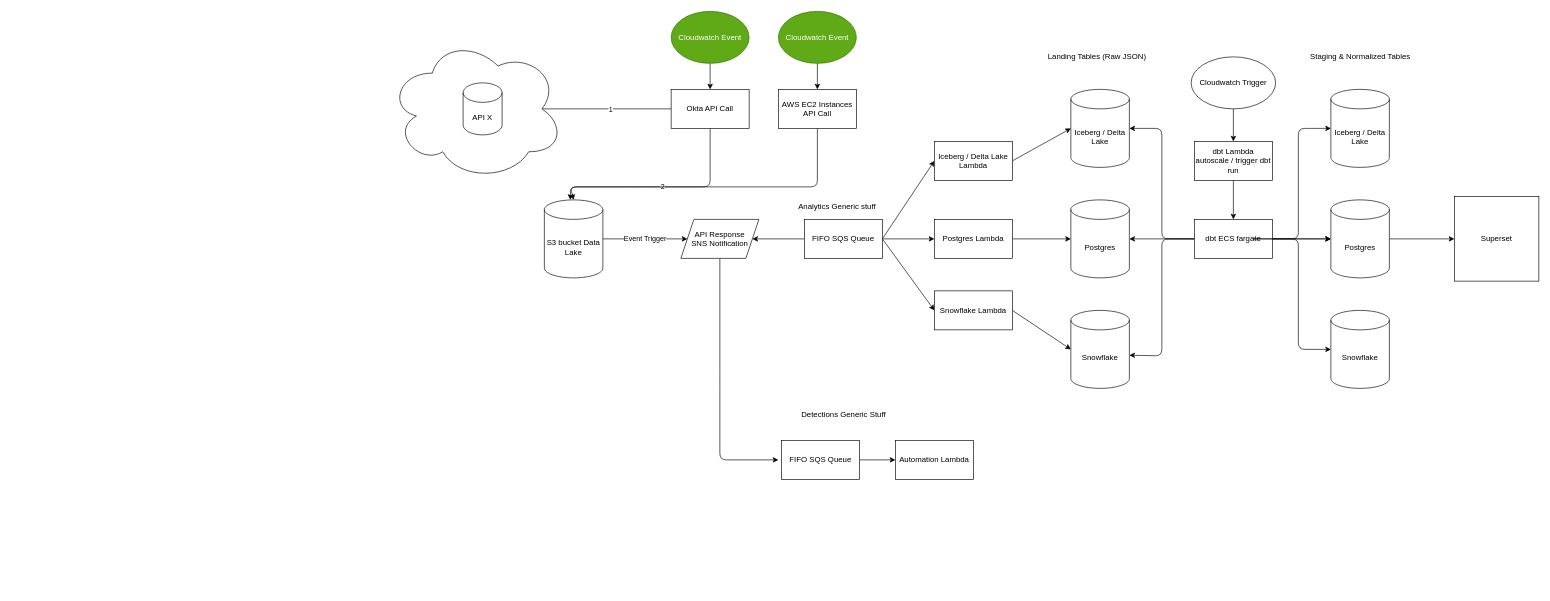
kai-ten/Circulate-archive keeps this draw.io diagram as integrations/unions/process.drawio. Above is the earlier version. Source tidied: cells renumbered, new cells numbered last; positions are measured from the earlier drawing's top-left corner, leaving out a move shared by most shapes. Both pictures are drawn from the tidied source at 65%, with x=0, y=0 at pixel (388, 11).
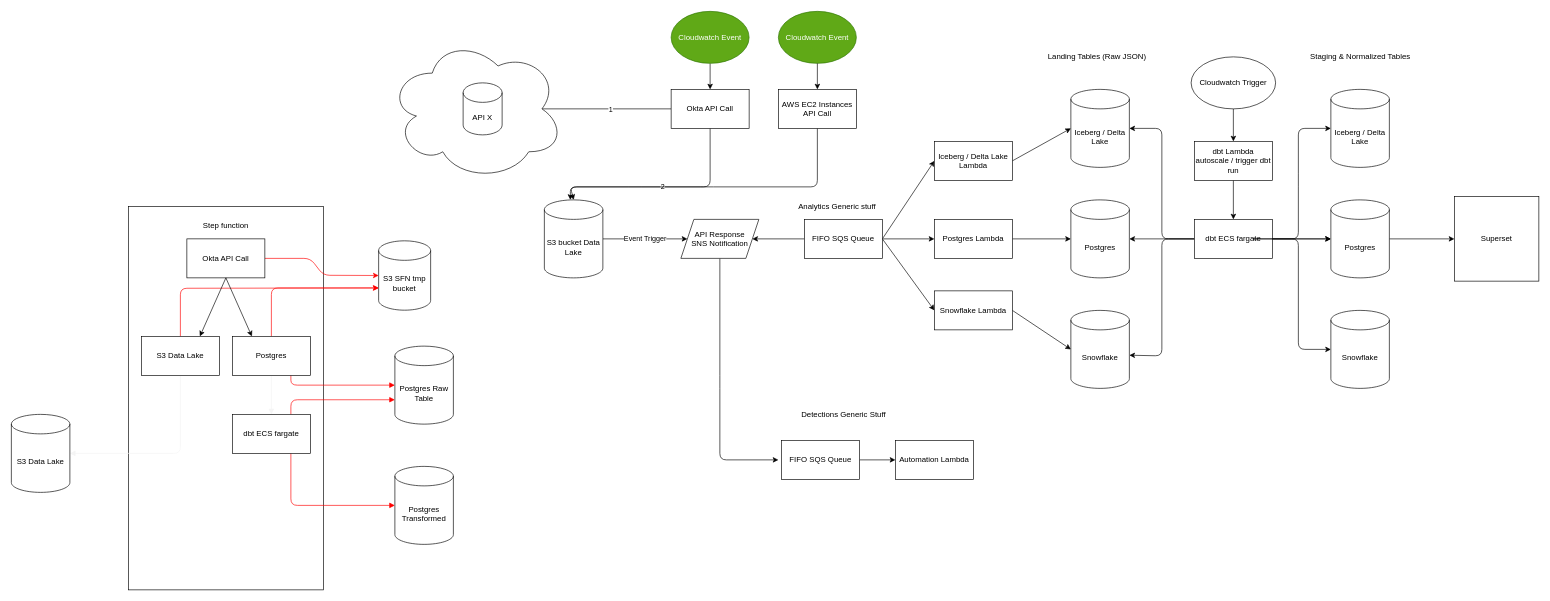
After the change.

The edit, as a diff of the source:
```diff
@@
+    <mxCell id="58" style="rounded=0;whiteSpace=wrap;html=1;" parent="1" vertex="1">
+      <mxGeometry x="-400" y="300" width="300" height="590" as="geometry" />
+    </mxCell>
@@
+    <mxCell id="59" style="edgeStyle=none;html=1;exitX=1;exitY=0.5;exitDx=0;exitDy=0;entryX=0;entryY=0.5;entryDx=0;entryDy=0;entryPerimeter=0;strokeColor=#FF0000;" parent="1" edge="1" source="60" target="62">
+      <mxGeometry relative="1" as="geometry">
+        <Array as="points">
+          <mxPoint x="-120" y="380" />
+          <mxPoint x="-100" y="406" />
+        </Array>
+      </mxGeometry>
+    </mxCell>
+    <mxCell id="60" value="Okta API Call" style="rounded=0;whiteSpace=wrap;html=1;" parent="1" vertex="1">
+      <mxGeometry x="-310" y="350" width="120" height="60" as="geometry" />
+    </mxCell>
+    <mxCell id="61" value="Step function" style="text;html=1;strokeColor=none;fillColor=none;align=center;verticalAlign=middle;whiteSpace=wrap;rounded=0;" parent="1" vertex="1">
+      <mxGeometry x="-300" y="315" width="100" height="30" as="geometry" />
+    </mxCell>
+    <mxCell id="62" value="S3 SFN tmp bucket" style="shape=cylinder3;whiteSpace=wrap;html=1;boundedLbl=1;backgroundOutline=1;size=15;" parent="1" vertex="1">
+      <mxGeometry x="-15" y="353" width="80" height="106.7" as="geometry" />
+    </mxCell>
+    <mxCell id="63" style="edgeStyle=none;html=1;exitX=0.5;exitY=0;exitDx=0;exitDy=0;entryX=0;entryY=0;entryDx=0;entryDy=72.5025;entryPerimeter=0;fillColor=#FF0000;strokeColor=#FF0000;" parent="1" edge="1" source="65" target="62">
+      <mxGeometry relative="1" as="geometry">
+        <Array as="points">
+          <mxPoint x="-320" y="426" />
+        </Array>
+      </mxGeometry>
+    </mxCell>
+    <mxCell id="64" style="edgeStyle=orthogonalEdgeStyle;shape=connector;rounded=1;html=1;exitX=0.5;exitY=1;exitDx=0;exitDy=0;entryX=1;entryY=0.5;entryDx=0;entryDy=0;entryPerimeter=0;labelBackgroundColor=default;strokeColor=#F5F5F5;fontFamily=Helvetica;fontSize=1;fontColor=default;endArrow=block;startSize=6;endSize=6;sourcePerimeterSpacing=0;targetPerimeterSpacing=0;fillColor=#FF0000;" parent="1" edge="1" source="65" target="71">
+      <mxGeometry relative="1" as="geometry" />
+    </mxCell>
+    <mxCell id="65" value="S3 Data Lake" style="rounded=0;whiteSpace=wrap;html=1;" parent="1" vertex="1">
+      <mxGeometry x="-380" y="500" width="120" height="60" as="geometry" />
+    </mxCell>
+    <mxCell id="66" style="edgeStyle=orthogonalEdgeStyle;html=1;exitX=0.5;exitY=0;exitDx=0;exitDy=0;entryX=0;entryY=0;entryDx=0;entryDy=72.5025;entryPerimeter=0;strokeColor=#FF0000;" parent="1" edge="1" source="69" target="62">
+      <mxGeometry relative="1" as="geometry" />
+    </mxCell>
+    <mxCell id="67" style="edgeStyle=orthogonalEdgeStyle;html=1;exitX=0.75;exitY=1;exitDx=0;exitDy=0;entryX=0;entryY=0.5;entryDx=0;entryDy=0;entryPerimeter=0;strokeColor=#FF0000;fontSize=1;endArrow=block;startSize=6;endSize=6;sourcePerimeterSpacing=0;targetPerimeterSpacing=0;fillColor=#FF0000;" parent="1" edge="1" source="69" target="70">
+      <mxGeometry relative="1" as="geometry" />
+    </mxCell>
+    <mxCell id="68" style="edgeStyle=orthogonalEdgeStyle;shape=connector;rounded=1;html=1;exitX=0.5;exitY=1;exitDx=0;exitDy=0;entryX=0.5;entryY=0;entryDx=0;entryDy=0;labelBackgroundColor=default;strokeColor=#F5F5F5;fontFamily=Helvetica;fontSize=1;fontColor=default;endArrow=block;startSize=6;endSize=6;sourcePerimeterSpacing=0;targetPerimeterSpacing=0;fillColor=#FF0000;" parent="1" edge="1" source="69" target="76">
+      <mxGeometry relative="1" as="geometry" />
+    </mxCell>
+    <mxCell id="69" value="Postgres" style="rounded=0;whiteSpace=wrap;html=1;" parent="1" vertex="1">
+      <mxGeometry x="-240" y="500" width="120" height="60" as="geometry" />
+    </mxCell>
+    <mxCell id="70" value="Postgres Raw Table" style="shape=cylinder3;whiteSpace=wrap;html=1;boundedLbl=1;backgroundOutline=1;size=15;" parent="1" vertex="1">
+      <mxGeometry x="10" y="515" width="90" height="120" as="geometry" />
+    </mxCell>
+    <mxCell id="71" value="S3 Data Lake" style="shape=cylinder3;whiteSpace=wrap;html=1;boundedLbl=1;backgroundOutline=1;size=15;" parent="1" vertex="1">
+      <mxGeometry x="-580" y="620" width="90" height="120" as="geometry" />
+    </mxCell>
+    <mxCell id="72" style="edgeStyle=none;html=1;exitX=0.5;exitY=1;exitDx=0;exitDy=0;entryX=0.25;entryY=0;entryDx=0;entryDy=0;" parent="1" edge="1" source="60" target="69">
+      <mxGeometry relative="1" as="geometry" />
+    </mxCell>
+    <mxCell id="73" style="edgeStyle=none;html=1;exitX=0.5;exitY=1;exitDx=0;exitDy=0;entryX=0.75;entryY=0;entryDx=0;entryDy=0;" parent="1" edge="1" source="60" target="65">
+      <mxGeometry relative="1" as="geometry" />
+    </mxCell>
+    <mxCell id="74" style="edgeStyle=orthogonalEdgeStyle;shape=connector;rounded=1;html=1;exitX=0.75;exitY=0;exitDx=0;exitDy=0;entryX=0;entryY=0;entryDx=0;entryDy=82.5;entryPerimeter=0;labelBackgroundColor=default;strokeColor=#FF0000;fontFamily=Helvetica;fontSize=1;fontColor=default;endArrow=block;startSize=6;endSize=6;sourcePerimeterSpacing=0;targetPerimeterSpacing=0;fillColor=#FF0000;" parent="1" edge="1" source="76" target="70">
+      <mxGeometry relative="1" as="geometry" />
+    </mxCell>
+    <mxCell id="75" style="edgeStyle=orthogonalEdgeStyle;shape=connector;rounded=1;html=1;exitX=0.75;exitY=1;exitDx=0;exitDy=0;entryX=0;entryY=0.5;entryDx=0;entryDy=0;entryPerimeter=0;labelBackgroundColor=default;strokeColor=#FF0000;fontFamily=Helvetica;fontSize=1;fontColor=default;endArrow=block;startSize=6;endSize=6;sourcePerimeterSpacing=0;targetPerimeterSpacing=0;fillColor=#FF0000;" parent="1" edge="1" source="76" target="77">
+      <mxGeometry relative="1" as="geometry" />
+    </mxCell>
+    <mxCell id="76" value="dbt ECS fargate" style="rounded=0;whiteSpace=wrap;html=1;" parent="1" vertex="1">
+      <mxGeometry x="-240" y="620" width="120" height="60" as="geometry" />
+    </mxCell>
+    <mxCell id="77" value="Postgres Transformed" style="shape=cylinder3;whiteSpace=wrap;html=1;boundedLbl=1;backgroundOutline=1;size=15;" parent="1" vertex="1">
+      <mxGeometry x="10" y="700" width="90" height="120" as="geometry" />
+    </mxCell>
```
